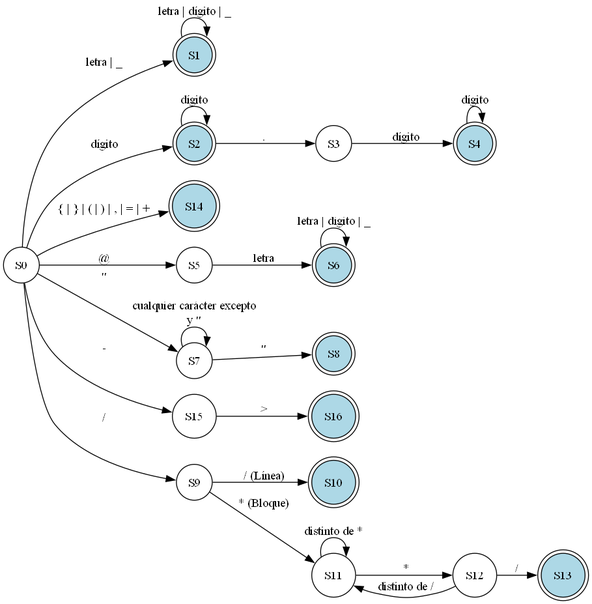
Above: automata.png in GuillermoM7/AnalizadorLexico_PromtZal (Graphviz), before the change. Its source is kept beside it as automata.dot.
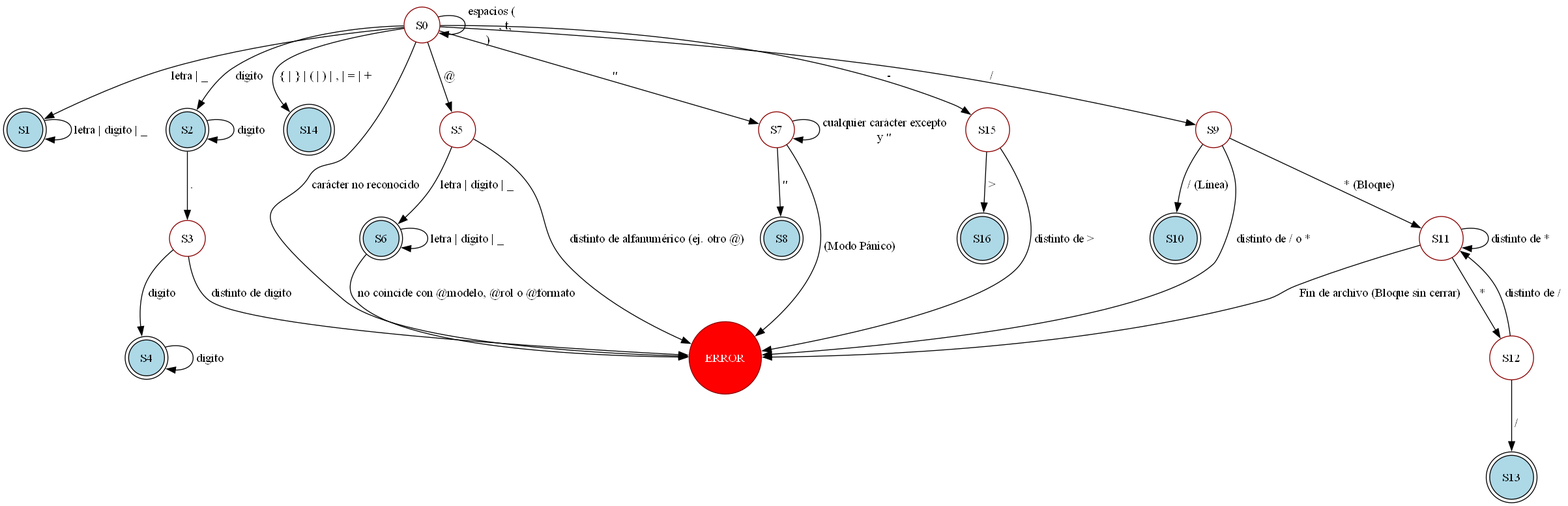
The same diagram one commit later.

Change to the diagram source:
```diff
@@ -1,9 +1,17 @@
 digraph AFD {
-  rankdir=LR;
-  size="15,10";
+  rankdir=TB;
+  nodesep=0.4;
+  ranksep=0.7;
+
   node [shape = doublecircle, style=filled, fillcolor=lightblue];
-  S1 S2 S4 S6 S8 S10 S13 S14 S16; // Estados de aceptación
-  node [shape = circle, style=solid, fillcolor=white];
+  S1 S2 S4 S6 S8 S10 S13 S14 S16;
+
+  node [shape = circle, style=filled, fillcolor=red, fontcolor=white, color=darkred];
+  ERROR;
+
+  node [shape = circle, style=solid, fillcolor=white, fontcolor=black];
+
+  S0 -> S0 [label=" espacios (\n, \t, \r) "];
 
   S0 -> S1 [label=" letra | _ "];
   S1 -> S1 [label=" letra | dígito | _ "];
@@ -13,17 +21,22 @@
   S2 -> S3 [label=" . "];
   S3 -> S4 [label=" dígito "];
   S4 -> S4 [label=" dígito "];
+  S3 -> ERROR [label=" distinto de dígito "];
 
   S0 -> S5 [label=" @ "];
-  S5 -> S6 [label=" letra "];
+  S5 -> S6 [label=" letra | dígito | _ "];
   S6 -> S6 [label=" letra | dígito | _ "];
+  S5 -> ERROR [label=" distinto de alfanumérico (ej. otro @) "];
+  S6 -> ERROR [label=" no coincide con @modelo, @rol o @formato "];
 
   S0 -> S7 [label=" \" "];
   S7 -> S7 [label=" cualquier carácter excepto \n y \" "];
   S7 -> S8 [label=" \" "];
+  S7 -> ERROR [label=" \n (Modo Pánico) "];
 
   S0 -> S15 [label=" - "];
   S15 -> S16 [label=" > "];
+  S15 -> ERROR [label=" distinto de > "];
 
   S0 -> S14 [label=" { | } | ( | ) | , | = | + "];
 
@@ -34,4 +47,8 @@
   S11 -> S12 [label=" * "];
   S12 -> S11 [label=" distinto de / "];
   S12 -> S13 [label=" / "];
+  S9 -> ERROR [label=" distinto de / o * "];
+  S11 -> ERROR [label=" Fin de archivo (Bloque sin cerrar) "];
+
+  S0 -> ERROR [label=" carácter no reconocido "];
 }
```
